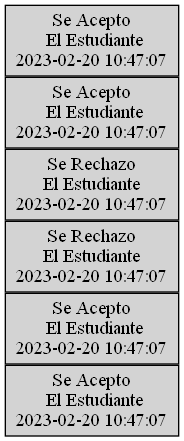
Above: EDD_Proyecto1_Fase1/Reportes/PilaAdmin.png in walterjav19/EDD_1S2023_PY_202111718 (Graphviz), before the change. Its source is kept beside it as EDD_Proyecto1_Fase1/Grafics/PilaAdmin.dot.
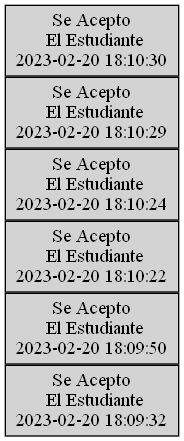
The same file after the commit.

Commit message:
lista,json,cola,pila terminada

Diff of the diagram source:
```diff
@@ -4,20 +4,20 @@
 nodesep=0;
 n0 [label="Se Acepto
  El Estudiante
-2023-02-20 10:47:07"];
+2023-02-20 18:09:32"];
 n1 [label="Se Acepto
  El Estudiante
-2023-02-20 10:47:07"];
-n2 [label="Se Rechazo
-El Estudiante
-2023-02-20 10:47:07"];
-n3 [label="Se Rechazo
-El Estudiante
-2023-02-20 10:47:07"];
+2023-02-20 18:09:50"];
+n2 [label="Se Acepto
+ El Estudiante
+2023-02-20 18:10:22"];
+n3 [label="Se Acepto
+ El Estudiante
+2023-02-20 18:10:24"];
 n4 [label="Se Acepto
  El Estudiante
-2023-02-20 10:47:07"];
+2023-02-20 18:10:29"];
 n5 [label="Se Acepto
  El Estudiante
-2023-02-20 10:47:07"];
+2023-02-20 18:10:30"];
 }
```
